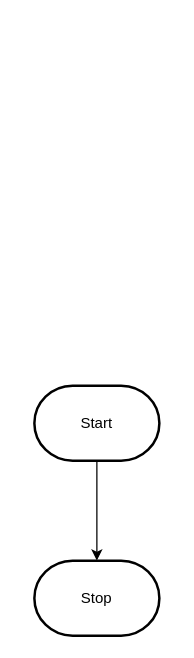
This is design/flowchart.drawio from MTHS-ICS2O-2-2022/ICS2O-Unit-6-04-Osamah-Hasan, a draw.io file, before an edit. Source tidied: cells renumbered, new cells numbered last; positions are measured from the earlier drawing's top-left corner, leaving out a move shared by most shapes. Both pictures are drawn from the tidied source at 125%, with x=0, y=0 at pixel (34, 385).
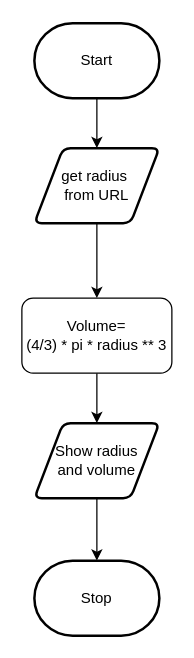
Above is the later version.

Commit message (it also covers changes not shown here):
update story and flowchart

Diff of the diagram source:
```diff
@@
 <mxGraphModel>
   <root>
     <mxCell id="0" />
     <mxCell id="1" parent="0" />
-    <mxCell id="2" style="edgeStyle=orthogonalEdgeStyle;html=1;rounded=0;" parent="1" edge="1" source="3" target="4">
-      <mxGeometry relative="1" as="geometry" />
-    </mxCell>
+    <mxCell id="5" style="edgeStyle=orthogonalEdgeStyle;html=1;entryX=0.5;entryY=0;entryDx=0;entryDy=0;" parent="1" edge="1" source="3" target="2">
+      <mxGeometry relative="1" as="geometry" />
+    </mxCell>
     <mxCell id="3" value="Start" style="strokeWidth=2;html=1;shape=mxgraph.flowchart.terminator;whiteSpace=wrap;" parent="1" vertex="1">
-      <mxGeometry width="100" height="60" as="geometry" />
+      <mxGeometry y="-290" width="100" height="60" as="geometry" />
     </mxCell>
     <mxCell id="4" value="Stop" style="strokeWidth=2;html=1;shape=mxgraph.flowchart.terminator;whiteSpace=wrap;" parent="1" vertex="1">
       <mxGeometry y="140" width="100" height="60" as="geometry" />
     </mxCell>
+    <mxCell id="6" style="edgeStyle=orthogonalEdgeStyle;html=1;entryX=0.5;entryY=0;entryDx=0;entryDy=0;" parent="1" edge="1" source="2" target="8">
+      <mxGeometry relative="1" as="geometry" />
+    </mxCell>
+    <mxCell id="2" value="get radius&amp;nbsp;&lt;br&gt;from URL" style="shape=parallelogram;html=1;strokeWidth=2;perimeter=parallelogramPerimeter;whiteSpace=wrap;rounded=1;arcSize=12;size=0.23;" parent="1" vertex="1">
+      <mxGeometry y="-190" width="100" height="60" as="geometry" />
+    </mxCell>
+    <mxCell id="7" style="edgeStyle=orthogonalEdgeStyle;html=1;entryX=0.5;entryY=0;entryDx=0;entryDy=0;" parent="1" edge="1" source="8" target="10">
+      <mxGeometry relative="1" as="geometry" />
+    </mxCell>
+    <mxCell id="8" value="Volume= &lt;br&gt;(4/3) * pi * radius ** 3" style="rounded=1;whiteSpace=wrap;html=1;" parent="1" vertex="1">
+      <mxGeometry x="-10" y="-70" width="120" height="60" as="geometry" />
+    </mxCell>
+    <mxCell id="9" style="edgeStyle=orthogonalEdgeStyle;html=1;" parent="1" edge="1" source="10" target="4">
+      <mxGeometry relative="1" as="geometry" />
+    </mxCell>
+    <mxCell id="10" value="Show radius&lt;br&gt;and volume" style="shape=parallelogram;html=1;strokeWidth=2;perimeter=parallelogramPerimeter;whiteSpace=wrap;rounded=1;arcSize=12;size=0.23;" parent="1" vertex="1">
+      <mxGeometry y="30" width="100" height="60" as="geometry" />
+    </mxCell>
   </root>
 </mxGraphModel>
```
